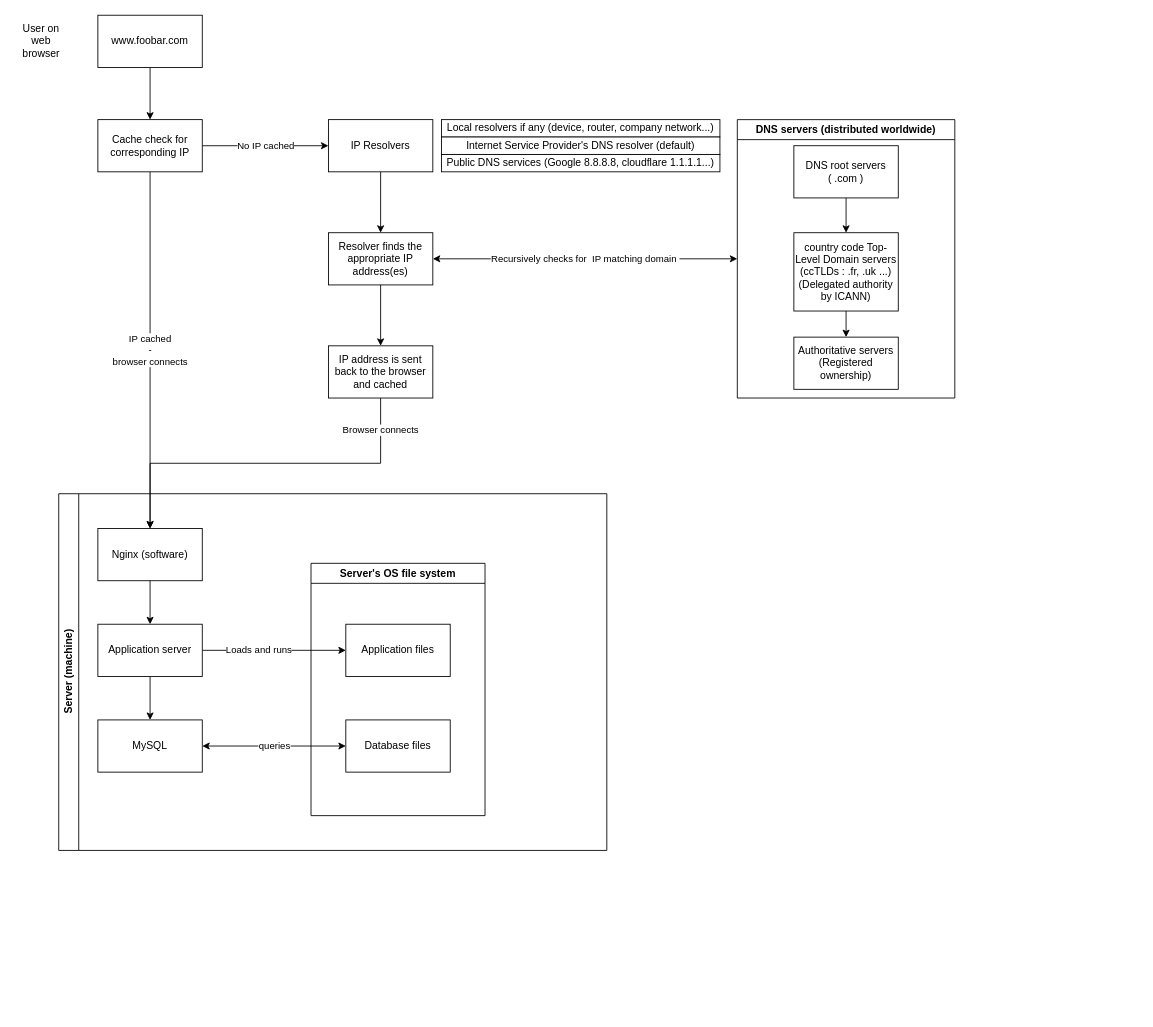
Above: web_infrastructure_design/0-simple_web_stack.drawio in jmitchell35/holbertonschool-system_engineering-devops (draw.io), before the change. Source tidied: cells renumbered, new cells numbered last; positions are measured from the earlier drawing's top-left corner, leaving out a move shared by most shapes. Both pictures are drawn from the tidied source at 87%, with x=0, y=0 at pixel (15, 15).
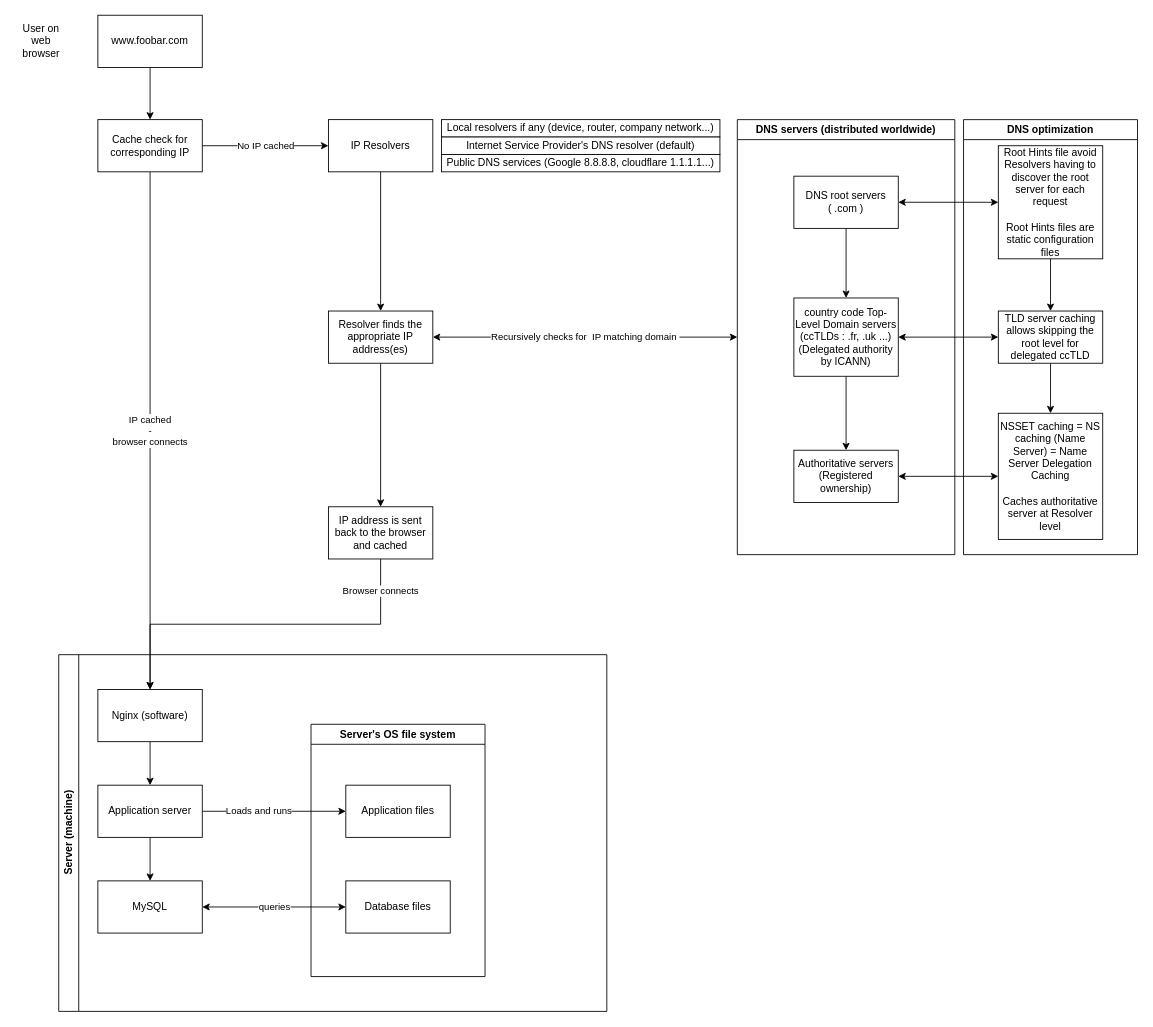
After the change.

Commit message:
Adding DNS Optimization

The edit, as a diff of the source:
```diff
@@
     <mxCell id="12" value="Resolver finds the appropriate IP address(es)" style="rounded=0;whiteSpace=wrap;html=1;" parent="1" vertex="1">
-      <mxGeometry x="360" y="250" width="120" height="60" as="geometry" />
+      <mxGeometry x="360" y="340" width="120" height="60" as="geometry" />
     </mxCell>
@@
     <mxCell id="14" value="IP address is sent back to the browser and cached" style="rounded=0;whiteSpace=wrap;html=1;" parent="1" vertex="1">
-      <mxGeometry x="360" y="380" width="120" height="60" as="geometry" />
+      <mxGeometry x="360" y="565" width="120" height="60" as="geometry" />
     </mxCell>
     <mxCell id="15" value="Server (machine)" style="swimlane;horizontal=0;whiteSpace=wrap;html=1;" parent="1" vertex="1">
-      <mxGeometry x="50" y="550" width="630" height="410" as="geometry" />
+      <mxGeometry x="50" y="735" width="630" height="410" as="geometry" />
     </mxCell>
@@
     <mxCell id="29" value="DNS servers (distributed worldwide)" style="swimlane;whiteSpace=wrap;html=1;" parent="1" vertex="1">
-      <mxGeometry x="830" y="120" width="250" height="320" as="geometry" />
+      <mxGeometry x="830" y="120" width="250" height="500" as="geometry" />
     </mxCell>
@@
     <mxCell id="31" value="DNS root servers &lt;br&gt;( .com )" style="rounded=0;whiteSpace=wrap;html=1;" parent="29" vertex="1">
-      <mxGeometry x="65" y="30" width="120" height="60" as="geometry" />
+      <mxGeometry x="65" y="65" width="120" height="60" as="geometry" />
     </mxCell>
@@
     <mxCell id="33" value="country code Top-Level Domain servers (ccTLDs : .fr, .uk ...)&lt;br&gt;(Delegated authority by ICANN)" style="rounded=0;whiteSpace=wrap;html=1;" parent="29" vertex="1">
-      <mxGeometry x="65" y="130" width="120" height="90" as="geometry" />
+      <mxGeometry x="65" y="205" width="120" height="90" as="geometry" />
     </mxCell>
     <mxCell id="34" value="&lt;div&gt;Authoritative servers&lt;br&gt;(Registered ownership)&lt;/div&gt;" style="rounded=0;whiteSpace=wrap;html=1;" parent="29" vertex="1">
-      <mxGeometry x="65" y="250" width="120" height="60" as="geometry" />
+      <mxGeometry x="65" y="380" width="120" height="60" as="geometry" />
     </mxCell>
+    <mxCell id="35" value="DNS optimization" style="swimlane;whiteSpace=wrap;html=1;" parent="1" vertex="1">
+      <mxGeometry x="1090" y="120" width="200" height="500" as="geometry" />
+    </mxCell>
+    <mxCell id="36" style="edgeStyle=orthogonalEdgeStyle;rounded=0;jettySize=auto;html=1;exitX=0.5;exitY=1;exitDx=0;exitDy=0;entryX=0.5;entryY=0;entryDx=0;entryDy=0;" parent="35" edge="1" source="37" target="39">
+      <mxGeometry relative="1" as="geometry" />
+    </mxCell>
+    <mxCell id="37" value="Root Hints file avoid Resolvers having to discover the root server for each request&lt;br&gt;&lt;br&gt;Root Hints files are static configuration files" style="rounded=0;whiteSpace=wrap;html=1;" parent="35" vertex="1">
+      <mxGeometry x="40" y="30" width="120" height="130" as="geometry" />
+    </mxCell>
+    <mxCell id="38" style="edgeStyle=orthogonalEdgeStyle;rounded=0;jettySize=auto;html=1;exitX=0.5;exitY=1;exitDx=0;exitDy=0;entryX=0.5;entryY=0;entryDx=0;entryDy=0;" parent="35" edge="1" source="39" target="40">
+      <mxGeometry relative="1" as="geometry" />
+    </mxCell>
+    <mxCell id="39" value="TLD server caching allows skipping the root level for delegated ccTLD" style="rounded=0;whiteSpace=wrap;html=1;" parent="35" vertex="1">
+      <mxGeometry x="40" y="220" width="120" height="60" as="geometry" />
+    </mxCell>
+    <mxCell id="40" value="NSSET caching = NS caching (Name Server) = Name Server Delegation Caching&lt;br&gt;&lt;br&gt;Caches authoritative server at Resolver level" style="rounded=0;whiteSpace=wrap;html=1;" parent="35" vertex="1">
+      <mxGeometry x="40" y="337.5" width="120" height="145" as="geometry" />
+    </mxCell>
+    <mxCell id="41" style="edgeStyle=orthogonalEdgeStyle;rounded=0;jettySize=auto;html=1;exitX=1;exitY=0.5;exitDx=0;exitDy=0;entryX=0;entryY=0.5;entryDx=0;entryDy=0;startArrow=classic;startFill=1;" parent="1" edge="1" source="33" target="39">
+      <mxGeometry relative="1" as="geometry" />
+    </mxCell>
+    <mxCell id="42" style="edgeStyle=orthogonalEdgeStyle;rounded=0;jettySize=auto;html=1;exitX=1;exitY=0.5;exitDx=0;exitDy=0;entryX=0;entryY=0.5;entryDx=0;entryDy=0;startArrow=classic;startFill=1;" parent="1" edge="1" source="31" target="37">
+      <mxGeometry relative="1" as="geometry" />
+    </mxCell>
+    <mxCell id="43" style="edgeStyle=orthogonalEdgeStyle;rounded=0;jettySize=auto;html=1;exitX=1;exitY=0.5;exitDx=0;exitDy=0;entryX=0;entryY=0.5;entryDx=0;entryDy=0;startArrow=classic;startFill=1;" parent="1" edge="1" source="34" target="40">
+      <mxGeometry relative="1" as="geometry" />
+    </mxCell>
```
